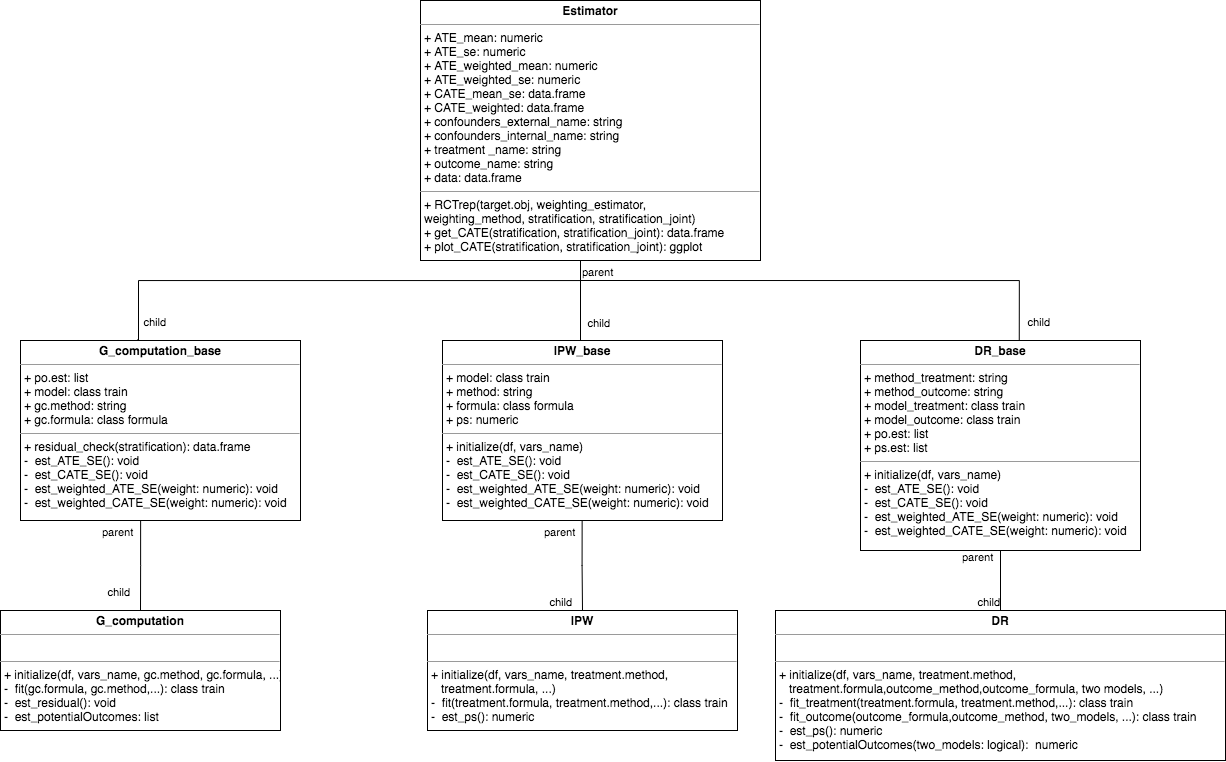
Earlier version of the draw.io export man/figures/README-schematic.png (duolajiang/RCTrep). Source tidied: cells renumbered, new cells last; positions are measured from the earlier drawing's top-left corner, leaving out a move shared by most shapes.
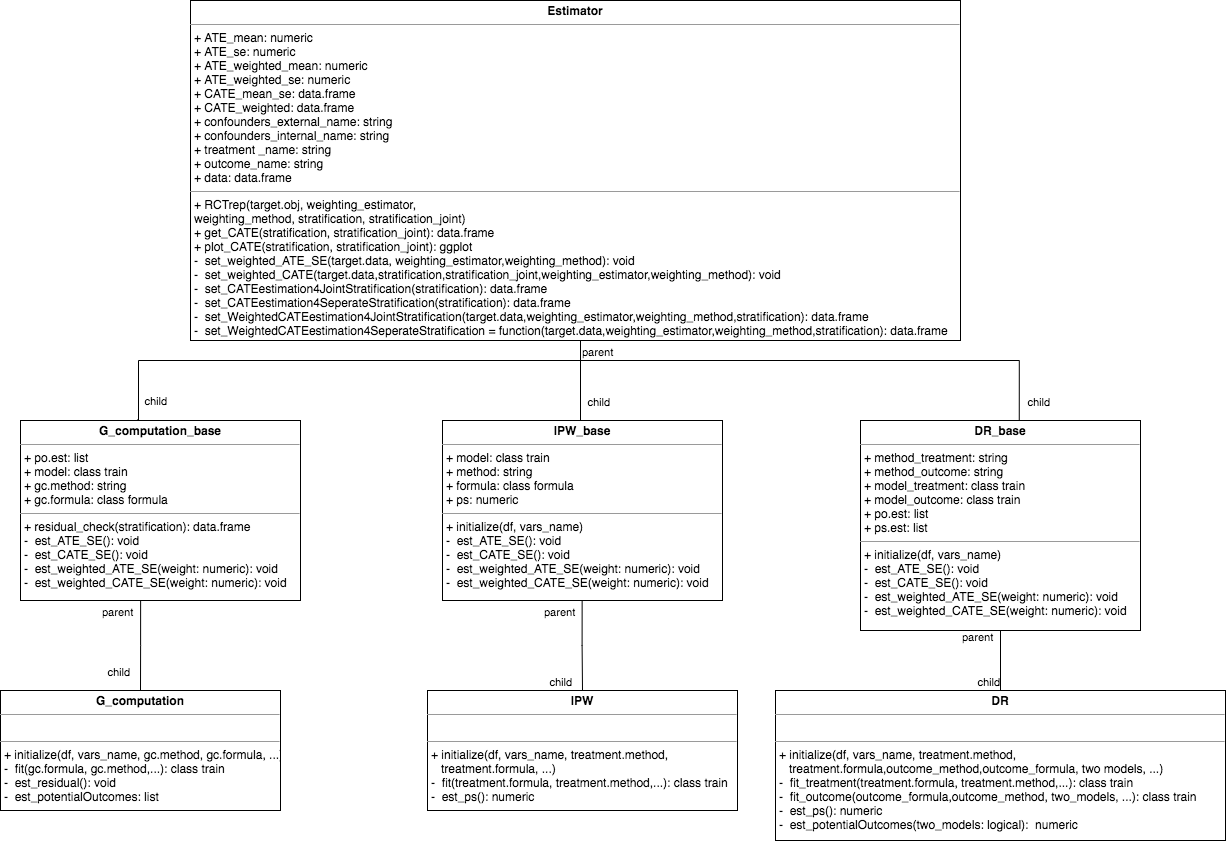
The same file after the commit.

Diff of the diagram source:
```diff
@@ -2,8 +2,8 @@
   <root>
     <mxCell id="0" />
     <mxCell id="1" parent="0" />
-    <mxCell id="2" value="&lt;p style=&quot;margin: 0px ; margin-top: 4px ; text-align: center&quot;&gt;&lt;b&gt;Estimator&lt;/b&gt;&lt;/p&gt;&lt;hr size=&quot;1&quot;&gt;&lt;p style=&quot;margin: 0px ; margin-left: 4px&quot;&gt;+ ATE_mean: numeric&lt;/p&gt;&lt;p style=&quot;margin: 0px ; margin-left: 4px&quot;&gt;+ ATE_se: numeric&lt;/p&gt;&lt;p style=&quot;margin: 0px ; margin-left: 4px&quot;&gt;+ ATE_weighted_mean: numeric&lt;/p&gt;&lt;p style=&quot;margin: 0px ; margin-left: 4px&quot;&gt;+ ATE_weighted_se: numeric&lt;/p&gt;&lt;p style=&quot;margin: 0px ; margin-left: 4px&quot;&gt;+ CATE_mean_se: data.frame&lt;/p&gt;&lt;p style=&quot;margin: 0px ; margin-left: 4px&quot;&gt;+ CATE_weighted: data.frame&lt;/p&gt;&lt;p style=&quot;margin: 0px ; margin-left: 4px&quot;&gt;+ confounders_external_name: string&lt;/p&gt;&lt;p style=&quot;margin: 0px ; margin-left: 4px&quot;&gt;+ confounders_internal_name: string&lt;/p&gt;&lt;p style=&quot;margin: 0px ; margin-left: 4px&quot;&gt;+ treatment _name: string&lt;/p&gt;&lt;p style=&quot;margin: 0px ; margin-left: 4px&quot;&gt;+ outcome_name: string&lt;/p&gt;&lt;p style=&quot;margin: 0px ; margin-left: 4px&quot;&gt;+ data: data.frame&lt;/p&gt;&lt;hr size=&quot;1&quot;&gt;&lt;p style=&quot;margin: 0px ; margin-left: 4px&quot;&gt;+ RCTrep(target.obj, weighting_estimator,&lt;/p&gt;&lt;p style=&quot;margin: 0px ; margin-left: 4px&quot;&gt;weighting_method, stratification, stratification_joint)&lt;/p&gt;&lt;p style=&quot;margin: 0px ; margin-left: 4px&quot;&gt;+ get_CATE(stratification, stratification_joint): data.frame&lt;/p&gt;&lt;p style=&quot;margin: 0px ; margin-left: 4px&quot;&gt;+ plot_CATE(stratification, stratification_joint): ggplot&lt;/p&gt;" style="verticalAlign=top;align=left;overflow=fill;fontSize=12;fontFamily=Helvetica;html=1;" parent="1" vertex="1">
-      <mxGeometry x="420" width="340" height="260" as="geometry" />
+    <mxCell id="2" value="&lt;p style=&quot;margin: 0px ; margin-top: 4px ; text-align: center&quot;&gt;&lt;b&gt;Estimator&lt;/b&gt;&lt;/p&gt;&lt;hr size=&quot;1&quot;&gt;&lt;p style=&quot;margin: 0px ; margin-left: 4px&quot;&gt;+ ATE_mean: numeric&lt;/p&gt;&lt;p style=&quot;margin: 0px ; margin-left: 4px&quot;&gt;+ ATE_se: numeric&lt;/p&gt;&lt;p style=&quot;margin: 0px ; margin-left: 4px&quot;&gt;+ ATE_weighted_mean: numeric&lt;/p&gt;&lt;p style=&quot;margin: 0px ; margin-left: 4px&quot;&gt;+ ATE_weighted_se: numeric&lt;/p&gt;&lt;p style=&quot;margin: 0px ; margin-left: 4px&quot;&gt;+ CATE_mean_se: data.frame&lt;/p&gt;&lt;p style=&quot;margin: 0px ; margin-left: 4px&quot;&gt;+ CATE_weighted: data.frame&lt;/p&gt;&lt;p style=&quot;margin: 0px ; margin-left: 4px&quot;&gt;+ confounders_external_name: string&lt;/p&gt;&lt;p style=&quot;margin: 0px ; margin-left: 4px&quot;&gt;+ confounders_internal_name: string&lt;/p&gt;&lt;p style=&quot;margin: 0px ; margin-left: 4px&quot;&gt;+ treatment _name: string&lt;/p&gt;&lt;p style=&quot;margin: 0px ; margin-left: 4px&quot;&gt;+ outcome_name: string&lt;/p&gt;&lt;p style=&quot;margin: 0px ; margin-left: 4px&quot;&gt;+ data: data.frame&lt;/p&gt;&lt;hr size=&quot;1&quot;&gt;&lt;p style=&quot;margin: 0px ; margin-left: 4px&quot;&gt;+ RCTrep(target.obj, weighting_estimator,&lt;/p&gt;&lt;p style=&quot;margin: 0px ; margin-left: 4px&quot;&gt;weighting_method, stratification, stratification_joint)&lt;/p&gt;&lt;p style=&quot;margin: 0px ; margin-left: 4px&quot;&gt;+ get_CATE(stratification, stratification_joint): data.frame&lt;/p&gt;&lt;p style=&quot;margin: 0px ; margin-left: 4px&quot;&gt;+ plot_CATE(stratification, stratification_joint): ggplot&lt;/p&gt;&lt;p style=&quot;margin: 0px ; margin-left: 4px&quot;&gt;-&amp;nbsp;&amp;nbsp;set_weighted_ATE_SE(target.data, weighting_estimator,weighting_method): void&lt;/p&gt;&lt;p style=&quot;margin: 0px ; margin-left: 4px&quot;&gt;-&amp;nbsp; set_weighted_CATE(target.data,stratification,stratification_joint,weighting_estimator,weighting_method): void&lt;/p&gt;&lt;p style=&quot;margin: 0px ; margin-left: 4px&quot;&gt;-&amp;nbsp; set_CATEestimation4JointStratification(stratification): data.frame&lt;/p&gt;&lt;p style=&quot;margin: 0px ; margin-left: 4px&quot;&gt;-&amp;nbsp;&amp;nbsp;set_CATEestimation4SeperateStratification(stratification): data.frame&lt;/p&gt;&lt;p style=&quot;margin: 0px ; margin-left: 4px&quot;&gt;-&amp;nbsp;&amp;nbsp;set_WeightedCATEestimation4JointStratification(target.data,weighting_estimator,weighting_method,stratification): data.frame&lt;/p&gt;&lt;p style=&quot;margin: 0px ; margin-left: 4px&quot;&gt;-&amp;nbsp;&amp;nbsp;set_WeightedCATEestimation4SeperateStratification = function(target.data,weighting_estimator,weighting_method,stratification): data.frame&lt;/p&gt;" style="verticalAlign=top;align=left;overflow=fill;fontSize=12;fontFamily=Helvetica;html=1;" parent="1" vertex="1">
+      <mxGeometry x="190" y="-80" width="770" height="340" as="geometry" />
     </mxCell>
     <mxCell id="3" value="&lt;p style=&quot;margin: 0px ; margin-top: 4px ; text-align: center&quot;&gt;&lt;b&gt;G_computation_base&lt;/b&gt;&lt;/p&gt;&lt;hr size=&quot;1&quot;&gt;&lt;p style=&quot;margin: 0px ; margin-left: 4px&quot;&gt;+ po.est: list&lt;/p&gt;&lt;p style=&quot;margin: 0px ; margin-left: 4px&quot;&gt;+ model: class train&lt;br&gt;&lt;/p&gt;&lt;p style=&quot;margin: 0px ; margin-left: 4px&quot;&gt;+ gc.method: string&lt;/p&gt;&lt;p style=&quot;margin: 0px ; margin-left: 4px&quot;&gt;+ gc.formula: class formula&lt;/p&gt;&lt;hr size=&quot;1&quot;&gt;&lt;p style=&quot;margin: 0px ; margin-left: 4px&quot;&gt;+ residual_check(stratification): data.frame&lt;/p&gt;&lt;p style=&quot;margin: 0px ; margin-left: 4px&quot;&gt;-&amp;nbsp; est_ATE_SE(): void&lt;/p&gt;&lt;p style=&quot;margin: 0px ; margin-left: 4px&quot;&gt;-&amp;nbsp; est_CATE_SE(): void&lt;/p&gt;&lt;p style=&quot;margin: 0px ; margin-left: 4px&quot;&gt;-&amp;nbsp; est_weighted_ATE_SE(weight: numeric): void&lt;/p&gt;&lt;p style=&quot;margin: 0px ; margin-left: 4px&quot;&gt;-&amp;nbsp; est_weighted_CATE_SE(weight: numeric): void&lt;/p&gt;&lt;p style=&quot;margin: 0px ; margin-left: 4px&quot;&gt;&lt;br&gt;&lt;/p&gt;" style="verticalAlign=top;align=left;overflow=fill;fontSize=12;fontFamily=Helvetica;html=1;" parent="1" vertex="1">
       <mxGeometry x="20" y="340" width="280" height="180" as="geometry" />
```
